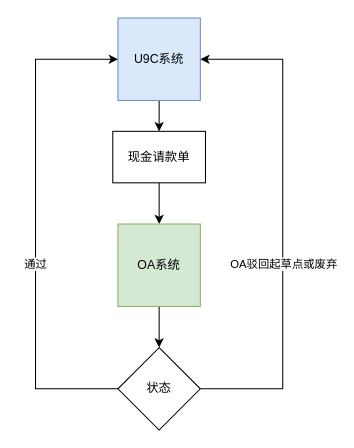
Before: 现金请款单.drawio in pbm0802/GitIDEATest, a draw.io diagram. Source tidied: cells renumbered, new cells numbered last; positions are measured from the earlier drawing's top-left corner, leaving out a move shared by most shapes. Both pictures are drawn from the tidied source at 103%, with x=0, y=0 at pixel (35, 18).
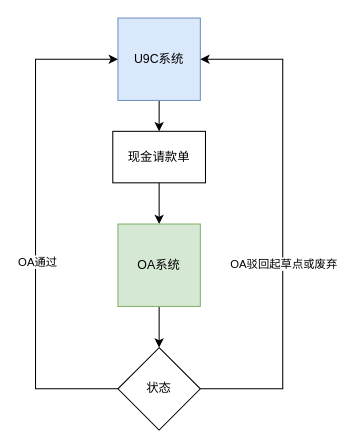
The same page after the edit.

Commit message (it also covers changes not shown here):
更新现金请款单.drawio

What changed in the source:
```diff
@@
 <mxGraphModel>
   <root>
     <mxCell id="0" />
     <mxCell id="1" parent="0" />
     <mxCell id="2" style="edgeStyle=orthogonalEdgeStyle;rounded=0;jettySize=auto;html=1;exitX=0.5;exitY=1;exitDx=0;exitDy=0;entryX=0.5;entryY=0;entryDx=0;entryDy=0;" parent="1" edge="1" source="3" target="5">
       <mxGeometry relative="1" as="geometry" />
     </mxCell>
     <mxCell id="3" value="U9C系统" style="whiteSpace=wrap;html=1;fillColor=#dae8fc;strokeColor=#6c8ebf;" parent="1" vertex="1">
       <mxGeometry x="80" width="80" height="80" as="geometry" />
     </mxCell>
     <mxCell id="4" style="edgeStyle=orthogonalEdgeStyle;rounded=0;jettySize=auto;html=1;exitX=0.5;exitY=1;exitDx=0;exitDy=0;entryX=0.5;entryY=0;entryDx=0;entryDy=0;" parent="1" edge="1" source="5" target="7">
       <mxGeometry relative="1" as="geometry" />
     </mxCell>
     <mxCell id="5" value="现金请款单" style="rounded=0;whiteSpace=wrap;html=1;" parent="1" vertex="1">
       <mxGeometry x="75" y="110" width="90" height="50" as="geometry" />
     </mxCell>
     <mxCell id="6" style="edgeStyle=orthogonalEdgeStyle;rounded=0;jettySize=auto;html=1;exitX=0.5;exitY=1;exitDx=0;exitDy=0;entryX=0.5;entryY=0;entryDx=0;entryDy=0;" parent="1" edge="1" source="7" target="12">
       <mxGeometry relative="1" as="geometry" />
     </mxCell>
     <mxCell id="7" value="OA系统" style="whiteSpace=wrap;html=1;fillColor=#d5e8d4;strokeColor=#82b366;" parent="1" vertex="1">
       <mxGeometry x="80" y="200" width="80" height="80" as="geometry" />
     </mxCell>
     <mxCell id="8" style="edgeStyle=orthogonalEdgeStyle;rounded=0;jettySize=auto;html=1;exitX=1;exitY=0.5;exitDx=0;exitDy=0;entryX=1;entryY=0.5;entryDx=0;entryDy=0;" parent="1" edge="1" source="12" target="3">
       <mxGeometry relative="1" as="geometry">
         <Array as="points">
           <mxPoint x="240" y="360" />
           <mxPoint x="240" y="40" />
         </Array>
       </mxGeometry>
     </mxCell>
     <mxCell id="9" value="OA驳回起草点或废弃" style="edgeLabel;html=1;align=center;verticalAlign=middle;" parent="8" vertex="1">
       <mxGeometry x="-0.16" relative="1" as="geometry" />
     </mxCell>
     <mxCell id="10" style="edgeStyle=orthogonalEdgeStyle;rounded=0;jettySize=auto;html=1;exitX=0;exitY=0.5;exitDx=0;exitDy=0;entryX=0;entryY=0.5;entryDx=0;entryDy=0;" parent="1" edge="1" source="12" target="3">
       <mxGeometry relative="1" as="geometry">
         <Array as="points">
           <mxPoint y="360" />
           <mxPoint y="40" />
         </Array>
       </mxGeometry>
     </mxCell>
-    <mxCell id="11" value="通过" style="edgeLabel;html=1;align=center;verticalAlign=middle;" parent="10" vertex="1">
-      <mxGeometry x="-0.16" y="1" relative="1" as="geometry" />
-    </mxCell>
+    <mxCell id="13" value="OA通过" style="edgeLabel;html=1;align=center;verticalAlign=middle;" parent="10" vertex="1">
+      <mxGeometry x="-0.15" y="-1" relative="1" as="geometry" />
+    </mxCell>
     <mxCell id="12" value="状态" style="rhombus;whiteSpace=wrap;html=1;" parent="1" vertex="1">
       <mxGeometry x="80" y="320" width="80" height="80" as="geometry" />
     </mxCell>
   </root>
 </mxGraphModel>
```
